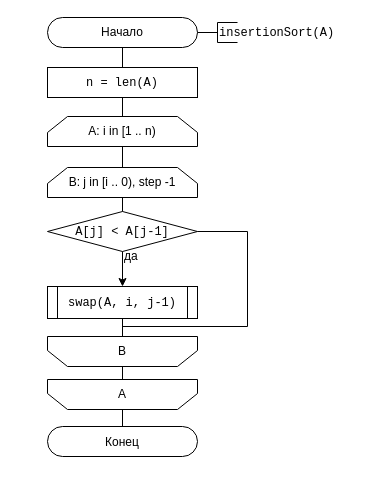
Before: page "Page-2" (2 of 4) of AA/diagram/3.drawio in lnq99/BMSTU-IU7-5SEM, a draw.io diagram. Source tidied: cells renumbered, new cells numbered last; positions are measured from the earlier drawing's top-left corner, leaving out a move shared by most shapes. Both pictures are drawn from the tidied source at 100%, with x=0, y=0 at pixel (47, 17).
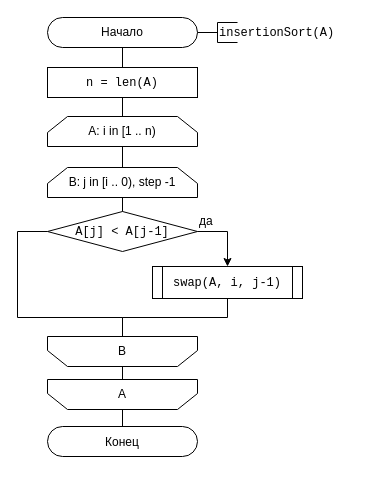
After the change.

The change refers to these unchanged cells:
```xml
<mxCell id="6" value="&lt;font face=&quot;Courier New&quot;&gt;A[j] &amp;lt; A[j-1]&lt;/font&gt;" style="rhombus;whiteSpace=wrap;html=1;rounded=0;strokeWidth=1;fillColor=none;" parent="1" vertex="1">
  <mxGeometry y="194" width="150" height="40" as="geometry" />
</mxCell>
<mxCell id="14" value="&lt;span&gt;B&lt;/span&gt;" style="shape=loopLimit;whiteSpace=wrap;html=1;size=20;fillColor=none;rounded=0;direction=west;" parent="1" vertex="1">
  <mxGeometry y="319" width="150" height="30" as="geometry" />
</mxCell>
```

What changed in the source:
```diff
@@
+    <mxCell id="23" style="edgeStyle=orthogonalEdgeStyle;rounded=0;jettySize=auto;html=1;exitX=0;exitY=0.5;exitDx=0;exitDy=0;entryX=0.5;entryY=1;entryDx=0;entryDy=0;endArrow=none;endFill=0;" parent="1" edge="1" source="6" target="14">
+      <mxGeometry relative="1" as="geometry">
+        <Array as="points">
+          <mxPoint x="-30" y="214" />
+          <mxPoint x="-30" y="300" />
+          <mxPoint x="75" y="300" />
+        </Array>
+      </mxGeometry>
+    </mxCell>
+    <mxCell id="9" style="edgeStyle=orthogonalEdgeStyle;rounded=0;jettySize=auto;html=1;exitX=1;exitY=0.5;exitDx=0;exitDy=0;entryX=0.5;entryY=0;entryDx=0;entryDy=0;endArrow=classic;endFill=1;" parent="1" edge="1" source="6" target="10">
+      <mxGeometry relative="1" as="geometry" />
+    </mxCell>
@@
     <mxCell id="7" value="да" style="text;html=1;align=left;verticalAlign=top;spacingTop=-4;" parent="1" vertex="1">
-      <mxGeometry x="75" y="229" width="30" height="20" as="geometry" />
+      <mxGeometry x="150" y="194" width="30" height="20" as="geometry" />
     </mxCell>
@@
-    <mxCell id="9" style="endArrow=classic;html=1;entryX=0.5;entryY=0;entryDx=0;entryDy=0;exitX=0.5;exitY=1;exitDx=0;exitDy=0;" parent="1" edge="1" source="6" target="10">
-      <mxGeometry relative="1" as="geometry" />
-    </mxCell>
+    <mxCell id="24" style="edgeStyle=orthogonalEdgeStyle;rounded=0;jettySize=auto;html=1;exitX=0.5;exitY=1;exitDx=0;exitDy=0;entryX=0.5;entryY=1;entryDx=0;entryDy=0;endArrow=none;endFill=0;" parent="1" edge="1" source="10" target="14">
+      <mxGeometry relative="1" as="geometry">
+        <Array as="points">
+          <mxPoint x="180" y="300" />
+          <mxPoint x="75" y="300" />
+        </Array>
+      </mxGeometry>
+    </mxCell>
     <mxCell id="10" value="&lt;p style=&quot;line-height: 70%&quot;&gt;&lt;font face=&quot;Courier New&quot; style=&quot;font-size: 12px&quot;&gt;swap(A, i, j-1)&lt;/font&gt;&lt;/p&gt;" style="shape=process;whiteSpace=wrap;html=1;backgroundOutline=1;rounded=0;shadow=0;glass=0;strokeWidth=1;size=0.06809024979854954;fillColor=none;" parent="1" vertex="1">
-      <mxGeometry y="269" width="150" height="32" as="geometry" />
+      <mxGeometry x="105" y="249" width="150" height="32" as="geometry" />
     </mxCell>
@@
-    <mxCell id="17" style="endArrow=none;html=1;exitX=0.5;exitY=1;exitDx=0;exitDy=0;entryX=0.5;entryY=1;entryDx=0;entryDy=0;" parent="1" edge="1" source="14" target="10">
-      <mxGeometry relative="1" as="geometry" />
-    </mxCell>
@@
-    <mxCell id="19" style="endArrow=none;html=1;entryX=1;entryY=0.5;entryDx=0;entryDy=0;exitX=0.5;exitY=1;exitDx=0;exitDy=0;rounded=0;" parent="1" edge="1" source="14" target="6">
-      <mxGeometry relative="1" as="geometry">
-        <Array as="points">
-          <mxPoint x="75" y="309" />
-          <mxPoint x="200" y="309" />
-          <mxPoint x="200" y="214" />
-        </Array>
-      </mxGeometry>
-    </mxCell>
```
